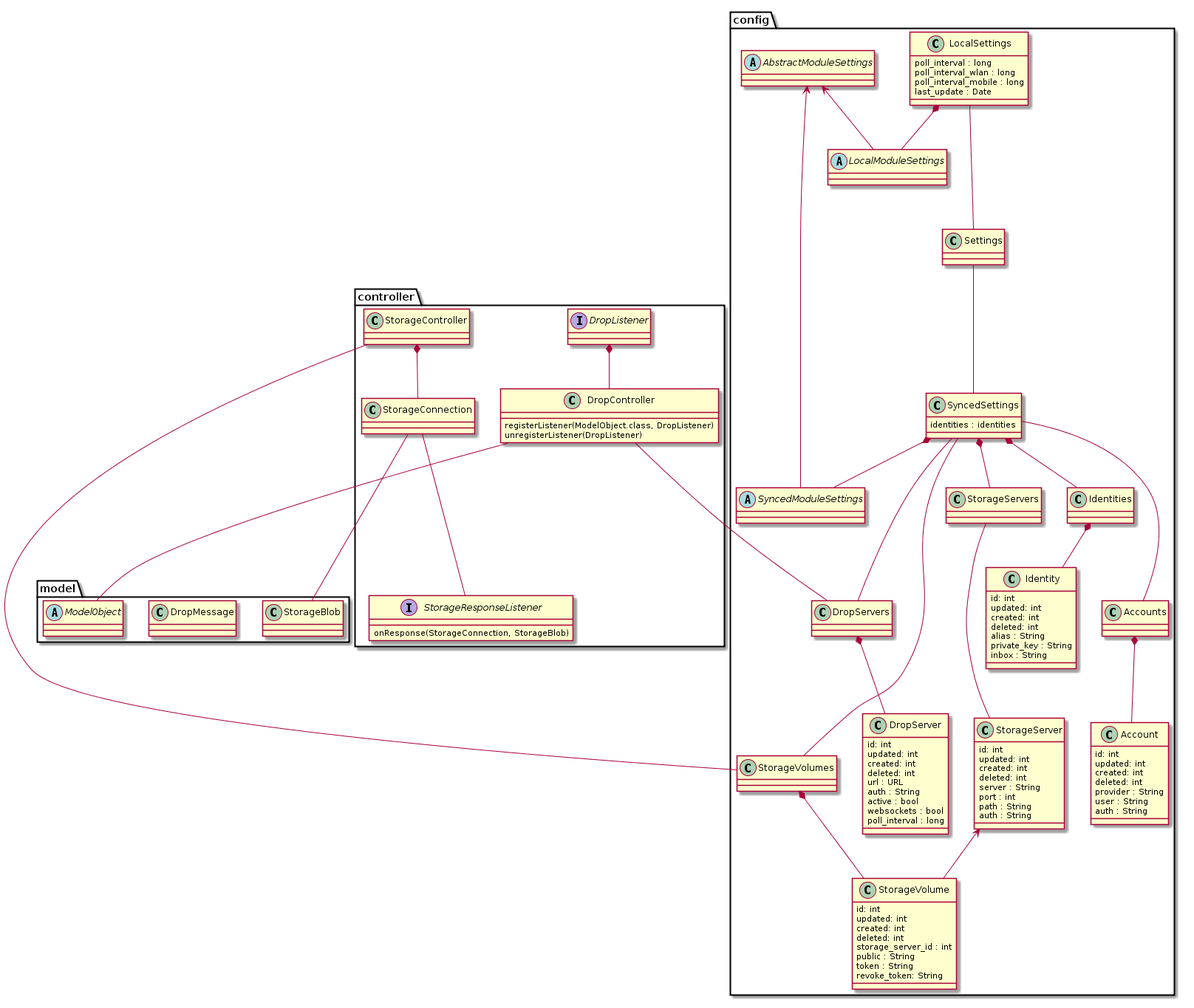
Earlier version of the PlantUML export images/classdiagram_overview.png (Qabel/qabel.github.io).
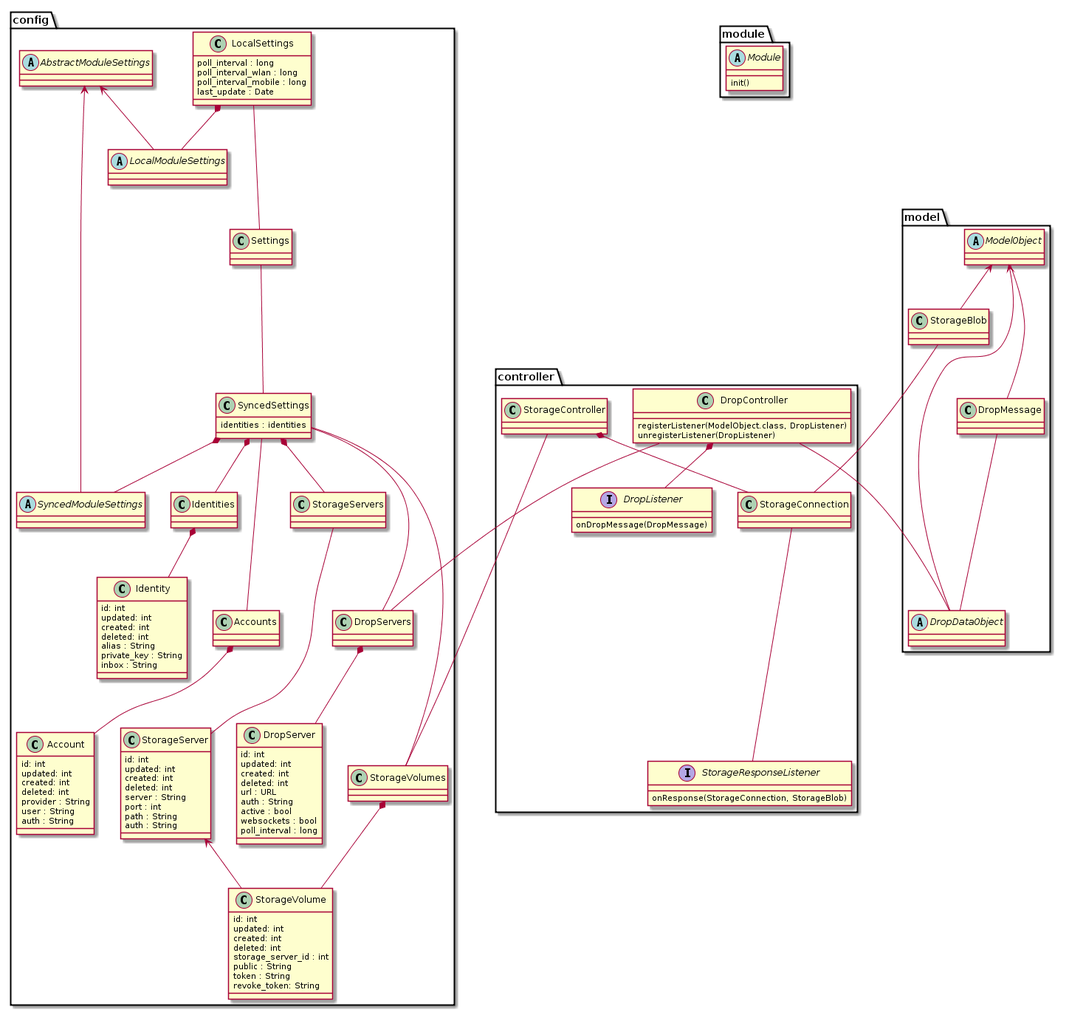
Later version of the same file.

Commit message:
updating class diagram

Change to the diagram source:
```diff
@@ -111,13 +111,26 @@
 	abstract ModelObject {
 
 	}
+	ModelObject <-- DropDataObject
+
+	abstract DropDataObject {
+
+	}
 
 	class DropMessage {
 
 	}
 
+	ModelObject --- DropMessage
+
 	class StorageBlob {
 
+	}
+	ModelObject <-- StorageBlob
+}
+package module {
+	abstract Module {
+		init()
 	}
 }
 package controller {
@@ -126,11 +139,12 @@
 		unregisterListener(DropListener)
 	}
 	DropController --- DropServers
-	DropController --- ModelObject
+	DropController --- DropDataObject
 	interface DropListener {
-
+		onDropMessage(DropMessage)
 	}
-	DropListener *-- DropController
+	DropMessage --- DropDataObject
+	DropController *-- DropListener
 	StorageController --- StorageVolumes
 	class StorageController {
 
```
